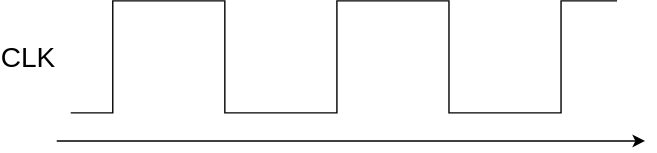
Before: Lab/Computer/RelayComputer/Day7_Clock/img/ClockTiming.dio.svg, a diagram exported from draw.io (amane-uehara/kanade-k-1228.github.io). Source tidied: cells renumbered, new cells last; positions are measured from the earlier drawing's top-left corner, leaving out a move shared by most shapes.
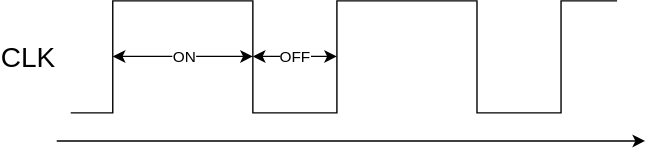
The same diagram one commit later.

Change to the diagram source:
```diff
@@ -18,16 +18,38 @@
         <Array as="points">
           <mxPoint x="80" y="80" />
           <mxPoint x="80" />
-          <mxPoint x="160" />
-          <mxPoint x="160" y="80" />
+          <mxPoint x="180" />
+          <mxPoint x="180" y="80" />
           <mxPoint x="240" y="80" />
           <mxPoint x="240" />
-          <mxPoint x="320" />
-          <mxPoint x="320" y="80" />
+          <mxPoint x="340" />
+          <mxPoint x="340" y="80" />
           <mxPoint x="400" y="80" />
           <mxPoint x="400" />
         </Array>
       </mxGeometry>
     </mxCell>
+    <mxCell id="5" style="endArrow=classic;startArrow=classic;html=1;" parent="1" edge="1">
+      <mxGeometry relative="1" as="geometry">
+        <mxPoint x="80" y="39.7" as="sourcePoint" />
+        <mxPoint x="180" y="39.7" as="targetPoint" />
+      </mxGeometry>
+    </mxCell>
+    <mxCell id="6" value="ON" style="edgeLabel;html=1;align=center;verticalAlign=middle;" parent="5" vertex="1">
+      <mxGeometry x="0.26" y="-1" relative="1" as="geometry">
+        <mxPoint x="-13" y="-1" as="offset" />
+      </mxGeometry>
+    </mxCell>
+    <mxCell id="7" style="endArrow=classic;startArrow=classic;html=1;" parent="1" edge="1">
+      <mxGeometry relative="1" as="geometry">
+        <mxPoint x="180" y="39.7" as="sourcePoint" />
+        <mxPoint x="240" y="39.7" as="targetPoint" />
+      </mxGeometry>
+    </mxCell>
+    <mxCell id="8" value="OFF" style="edgeLabel;html=1;align=center;verticalAlign=middle;" parent="7" vertex="1">
+      <mxGeometry x="0.3" relative="1" as="geometry">
+        <mxPoint x="-9" as="offset" />
+      </mxGeometry>
+    </mxCell>
   </root>
 </mxGraphModel>
```
